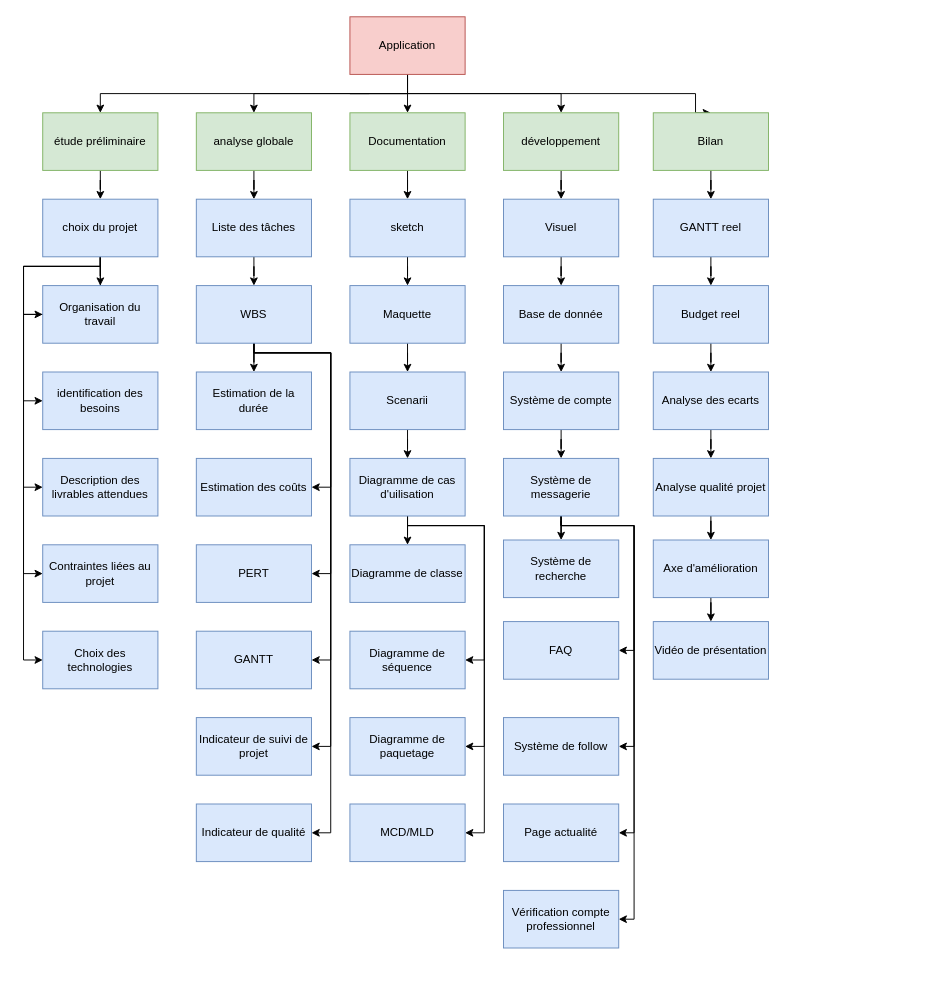
The draw.io diagram WBS.drawio in Destroyeur6315/Application-ReseauSocial, before the edit. Source tidied: cells renumbered, new cells numbered last; positions are measured from the earlier drawing's top-left corner, leaving out a move shared by most shapes. Both pictures are drawn from the tidied source at 96%, with x=0, y=0 at pixel (23, 16).
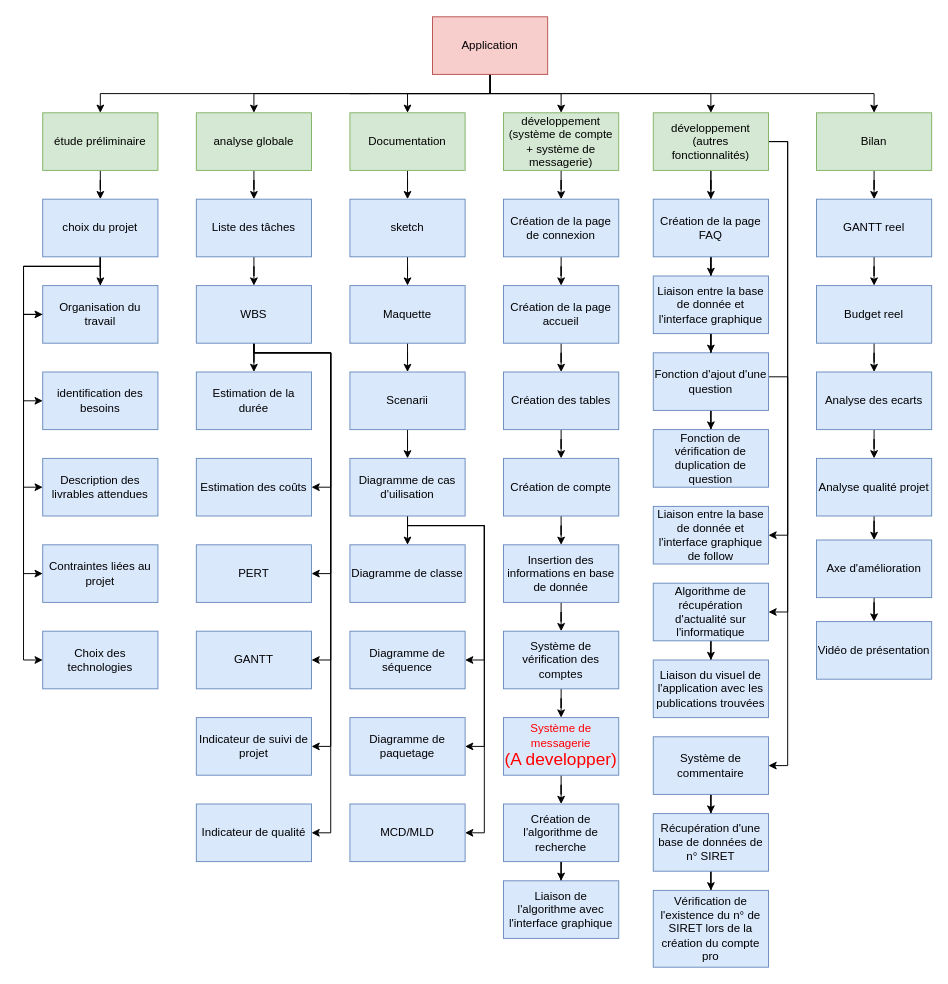
The same page after the edit.

The change refers to these unchanged cells:
```xml
<mxCell id="11" value="analyse globale" style="rounded=0;whiteSpace=wrap;html=1;fillColor=#d5e8d4;strokeColor=#82b366;" parent="1" vertex="1">
  <mxGeometry x="180" y="100" width="120" height="60" as="geometry" />
</mxCell>
```

What changed in the source:
```diff
@@
     <mxCell id="3" style="edgeStyle=orthogonalEdgeStyle;rounded=0;jettySize=auto;html=1;entryX=0.5;entryY=0;entryDx=0;entryDy=0;" parent="1" edge="1" source="7" target="11">
       <mxGeometry relative="1" as="geometry">
         <Array as="points">
-          <mxPoint x="400" y="80" />
+          <mxPoint x="486" y="80" />
           <mxPoint x="240" y="80" />
         </Array>
       </mxGeometry>
     </mxCell>
@@
     <mxCell id="5" style="edgeStyle=orthogonalEdgeStyle;rounded=0;jettySize=auto;html=1;entryX=0.5;entryY=0;entryDx=0;entryDy=0;" parent="1" edge="1" source="7" target="15">
       <mxGeometry relative="1" as="geometry">
         <Array as="points">
-          <mxPoint x="400" y="80" />
-          <mxPoint x="700" y="80" />
+          <mxPoint x="486" y="80" />
+          <mxPoint x="886" y="80" />
         </Array>
       </mxGeometry>
     </mxCell>
@@
+    <mxCell id="88" style="edgeStyle=orthogonalEdgeStyle;rounded=0;jettySize=auto;html=1;entryX=0.5;entryY=0;entryDx=0;entryDy=0;" parent="1" edge="1" source="7" target="103">
+      <mxGeometry relative="1" as="geometry">
+        <Array as="points">
+          <mxPoint x="486" y="80" />
+          <mxPoint x="716" y="80" />
+        </Array>
+      </mxGeometry>
+    </mxCell>
     <mxCell id="7" value="Application" style="rounded=0;whiteSpace=wrap;html=1;fillColor=#f8cecc;strokeColor=#b85450;" parent="1" vertex="1">
-      <mxGeometry x="340" width="120" height="60" as="geometry" />
+      <mxGeometry x="426" width="120" height="60" as="geometry" />
     </mxCell>
@@
     <mxCell id="15" value="Bilan" style="rounded=0;whiteSpace=wrap;html=1;fillColor=#d5e8d4;strokeColor=#82b366;" parent="1" vertex="1">
-      <mxGeometry x="656" y="100" width="120" height="60" as="geometry" />
+      <mxGeometry x="826" y="100" width="120" height="60" as="geometry" />
     </mxCell>
@@
-    <mxCell id="57" value="développement" style="rounded=0;whiteSpace=wrap;html=1;fillColor=#d5e8d4;strokeColor=#82b366;" parent="1" vertex="1">
+    <mxCell id="57" value="&lt;div&gt;développement&lt;/div&gt;&lt;div&gt;(système de compte + système de messagerie)&lt;/div&gt;" style="rounded=0;whiteSpace=wrap;html=1;fillColor=#d5e8d4;strokeColor=#82b366;" parent="1" vertex="1">
       <mxGeometry x="500" y="100" width="120" height="60" as="geometry" />
     </mxCell>
-    <mxCell id="58" style="edgeStyle=orthogonalEdgeStyle;rounded=0;jettySize=auto;html=1;" parent="1" edge="1" source="59" target="66">
-      <mxGeometry relative="1" as="geometry" />
-    </mxCell>
+    <mxCell id="89" style="edgeStyle=orthogonalEdgeStyle;rounded=0;jettySize=auto;html=1;" parent="1" edge="1" source="59" target="93">
+      <mxGeometry relative="1" as="geometry" />
+    </mxCell>
-    <mxCell id="59" value="Système de compte" style="rounded=0;whiteSpace=wrap;html=1;fillColor=#dae8fc;strokeColor=#6c8ebf;" parent="1" vertex="1">
-      <mxGeometry x="500" y="370" width="120" height="60" as="geometry" />
+    <mxCell id="59" value="Création de compte" style="rounded=0;whiteSpace=wrap;html=1;fillColor=#dae8fc;strokeColor=#6c8ebf;" parent="1" vertex="1">
+      <mxGeometry x="500" y="460" width="120" height="60" as="geometry" />
     </mxCell>
@@
-    <mxCell id="62" style="edgeStyle=orthogonalEdgeStyle;rounded=0;jettySize=auto;html=1;entryX=1;entryY=0.5;entryDx=0;entryDy=0;" parent="1" edge="1" source="66" target="74">
-      <mxGeometry relative="1" as="geometry">
-        <Array as="points">
-          <mxPoint x="560" y="530" />
-          <mxPoint x="636" y="530" />
-          <mxPoint x="636" y="760" />
-        </Array>
-      </mxGeometry>
-    </mxCell>
-    <mxCell id="63" style="edgeStyle=orthogonalEdgeStyle;rounded=0;jettySize=auto;html=1;entryX=1;entryY=0.5;entryDx=0;entryDy=0;" parent="1" edge="1" source="66" target="75">
-      <mxGeometry relative="1" as="geometry">
-        <Array as="points">
-          <mxPoint x="560" y="530" />
-          <mxPoint x="636" y="530" />
-          <mxPoint x="636" y="850" />
-        </Array>
-      </mxGeometry>
-    </mxCell>
-    <mxCell id="64" style="edgeStyle=orthogonalEdgeStyle;rounded=0;jettySize=auto;html=1;entryX=1;entryY=0.5;entryDx=0;entryDy=0;" parent="1" edge="1" source="66" target="76">
-      <mxGeometry relative="1" as="geometry">
-        <Array as="points">
-          <mxPoint x="560" y="530" />
-          <mxPoint x="636" y="530" />
-          <mxPoint x="636" y="940" />
-        </Array>
-      </mxGeometry>
-    </mxCell>
-    <mxCell id="65" style="edgeStyle=orthogonalEdgeStyle;rounded=0;jettySize=auto;html=1;entryX=1;entryY=0.5;entryDx=0;entryDy=0;" parent="1" edge="1" source="66" target="73">
-      <mxGeometry relative="1" as="geometry">
-        <Array as="points">
-          <mxPoint x="560" y="530" />
-          <mxPoint x="636" y="530" />
-          <mxPoint x="636" y="660" />
-        </Array>
-      </mxGeometry>
-    </mxCell>
-    <mxCell id="66" value="Système de messagerie" style="rounded=0;whiteSpace=wrap;html=1;fillColor=#dae8fc;strokeColor=#6c8ebf;" parent="1" vertex="1">
-      <mxGeometry x="500" y="460" width="120" height="60" as="geometry" />
+    <mxCell id="66" value="&lt;div&gt;&lt;font color=&quot;#FF0000&quot;&gt;Système de messagerie&lt;/font&gt;&lt;/div&gt;&lt;div style=&quot;font-size: 18px;&quot;&gt;&lt;font style=&quot;font-size: 18px;&quot; color=&quot;#FF0000&quot;&gt;(A developper)&lt;br&gt;&lt;/font&gt;&lt;/div&gt;" style="rounded=0;whiteSpace=wrap;html=1;fillColor=#dae8fc;strokeColor=#6c8ebf;" parent="1" vertex="1">
+      <mxGeometry x="500" y="730" width="120" height="60" as="geometry" />
     </mxCell>
-    <mxCell id="67" style="edgeStyle=orthogonalEdgeStyle;rounded=0;jettySize=auto;html=1;" parent="1" edge="1" source="68" target="72">
-      <mxGeometry relative="1" as="geometry" />
-    </mxCell>
+    <mxCell id="90" style="edgeStyle=orthogonalEdgeStyle;rounded=0;jettySize=auto;html=1;" parent="1" edge="1" source="68" target="97">
+      <mxGeometry relative="1" as="geometry" />
+    </mxCell>
-    <mxCell id="68" value="Visuel" style="rounded=0;whiteSpace=wrap;html=1;fillColor=#dae8fc;strokeColor=#6c8ebf;" parent="1" vertex="1">
+    <mxCell id="68" value="Création de la page de connexion" style="rounded=0;whiteSpace=wrap;html=1;fillColor=#dae8fc;strokeColor=#6c8ebf;" parent="1" vertex="1">
       <mxGeometry x="500" y="190" width="120" height="60" as="geometry" />
     </mxCell>
+    <mxCell id="91" style="edgeStyle=orthogonalEdgeStyle;rounded=0;jettySize=auto;html=1;fontSize=18;fontColor=#FF0000;" parent="1" edge="1" source="69" target="98">
+      <mxGeometry relative="1" as="geometry" />
+    </mxCell>
-    <mxCell id="69" value="Système de recherche" style="rounded=0;whiteSpace=wrap;html=1;fillColor=#dae8fc;strokeColor=#6c8ebf;" parent="1" vertex="1">
-      <mxGeometry x="500" y="545" width="120" height="60" as="geometry" />
+    <mxCell id="69" value="Création de l'algorithme de recherche" style="rounded=0;whiteSpace=wrap;html=1;fillColor=#dae8fc;strokeColor=#6c8ebf;" parent="1" vertex="1">
+      <mxGeometry x="500" y="820" width="120" height="60" as="geometry" />
     </mxCell>
@@
-    <mxCell id="71" style="edgeStyle=orthogonalEdgeStyle;rounded=0;jettySize=auto;html=1;" parent="1" edge="1" source="72" target="59">
+    <mxCell id="71" style="edgeStyle=orthogonalEdgeStyle;rounded=0;jettySize=auto;html=1;entryX=0.5;entryY=0;entryDx=0;entryDy=0;" parent="1" edge="1" source="72" target="59">
       <mxGeometry relative="1" as="geometry" />
     </mxCell>
-    <mxCell id="72" value="Base de donnée" style="rounded=0;whiteSpace=wrap;html=1;fillColor=#dae8fc;strokeColor=#6c8ebf;" parent="1" vertex="1">
-      <mxGeometry x="500" y="280" width="120" height="60" as="geometry" />
+    <mxCell id="72" value="&lt;div&gt;Création des tables&lt;/div&gt;" style="rounded=0;whiteSpace=wrap;html=1;fillColor=#dae8fc;strokeColor=#6c8ebf;" parent="1" vertex="1">
+      <mxGeometry x="500" y="370" width="120" height="60" as="geometry" />
     </mxCell>
-    <mxCell id="73" value="FAQ" style="rounded=0;whiteSpace=wrap;html=1;fillColor=#dae8fc;strokeColor=#6c8ebf;" parent="1" vertex="1">
-      <mxGeometry x="500" y="630" width="120" height="60" as="geometry" />
-    </mxCell>
-    <mxCell id="74" value="Système de follow" style="rounded=0;whiteSpace=wrap;html=1;fillColor=#dae8fc;strokeColor=#6c8ebf;" parent="1" vertex="1">
-      <mxGeometry x="500" y="730" width="120" height="60" as="geometry" />
-    </mxCell>
-    <mxCell id="75" value="Page actualité" style="rounded=0;whiteSpace=wrap;html=1;fillColor=#dae8fc;strokeColor=#6c8ebf;" parent="1" vertex="1">
-      <mxGeometry x="500" y="820" width="120" height="60" as="geometry" />
-    </mxCell>
-    <mxCell id="76" value="Vérification compte professionnel" style="rounded=0;whiteSpace=wrap;html=1;fillColor=#dae8fc;strokeColor=#6c8ebf;" parent="1" vertex="1">
-      <mxGeometry x="500" y="910" width="120" height="60" as="geometry" />
-    </mxCell>
@@
     <mxCell id="78" value="GANTT reel" style="rounded=0;whiteSpace=wrap;html=1;fillColor=#dae8fc;strokeColor=#6c8ebf;" parent="1" vertex="1">
-      <mxGeometry x="656" y="190" width="120" height="60" as="geometry" />
+      <mxGeometry x="826" y="190" width="120" height="60" as="geometry" />
     </mxCell>
@@
     <mxCell id="80" value="Budget reel" style="rounded=0;whiteSpace=wrap;html=1;fillColor=#dae8fc;strokeColor=#6c8ebf;" parent="1" vertex="1">
-      <mxGeometry x="656" y="280" width="120" height="60" as="geometry" />
+      <mxGeometry x="826" y="280" width="120" height="60" as="geometry" />
     </mxCell>
@@
     <mxCell id="82" value="Analyse des ecarts" style="rounded=0;whiteSpace=wrap;html=1;fillColor=#dae8fc;strokeColor=#6c8ebf;" parent="1" vertex="1">
-      <mxGeometry x="656" y="370" width="120" height="60" as="geometry" />
+      <mxGeometry x="826" y="370" width="120" height="60" as="geometry" />
     </mxCell>
@@
     <mxCell id="84" value="Analyse qualité projet" style="rounded=0;whiteSpace=wrap;html=1;fillColor=#dae8fc;strokeColor=#6c8ebf;" parent="1" vertex="1">
-      <mxGeometry x="656" y="460" width="120" height="60" as="geometry" />
+      <mxGeometry x="826" y="460" width="120" height="60" as="geometry" />
     </mxCell>
     <mxCell id="85" value="Vidéo de présentation" style="rounded=0;whiteSpace=wrap;html=1;fillColor=#dae8fc;strokeColor=#6c8ebf;" parent="1" vertex="1">
-      <mxGeometry x="656" y="630" width="120" height="60" as="geometry" />
+      <mxGeometry x="826" y="630" width="120" height="60" as="geometry" />
     </mxCell>
@@
     <mxCell id="87" value="Axe d'amélioration" style="rounded=0;whiteSpace=wrap;html=1;fillColor=#dae8fc;strokeColor=#6c8ebf;" parent="1" vertex="1">
-      <mxGeometry x="656" y="545" width="120" height="60" as="geometry" />
+      <mxGeometry x="826" y="545" width="120" height="60" as="geometry" />
     </mxCell>
+    <mxCell id="92" style="edgeStyle=orthogonalEdgeStyle;rounded=0;jettySize=auto;html=1;entryX=0.5;entryY=0;entryDx=0;entryDy=0;" parent="1" edge="1" source="93" target="95">
+      <mxGeometry relative="1" as="geometry" />
+    </mxCell>
+    <mxCell id="93" value="Insertion des informations en base de donnée" style="rounded=0;whiteSpace=wrap;html=1;fillColor=#dae8fc;strokeColor=#6c8ebf;" parent="1" vertex="1">
+      <mxGeometry x="500" y="550" width="120" height="60" as="geometry" />
+    </mxCell>
+    <mxCell id="94" style="edgeStyle=orthogonalEdgeStyle;rounded=0;jettySize=auto;html=1;entryX=0.5;entryY=0;entryDx=0;entryDy=0;fontSize=18;fontColor=#FF0000;" parent="1" edge="1" source="95" target="66">
+      <mxGeometry relative="1" as="geometry" />
+    </mxCell>
+    <mxCell id="95" value="Système de vérification des comptes" style="rounded=0;whiteSpace=wrap;html=1;fillColor=#dae8fc;strokeColor=#6c8ebf;" parent="1" vertex="1">
+      <mxGeometry x="500" y="640" width="120" height="60" as="geometry" />
+    </mxCell>
+    <mxCell id="96" style="edgeStyle=orthogonalEdgeStyle;rounded=0;jettySize=auto;html=1;entryX=0.5;entryY=0;entryDx=0;entryDy=0;" parent="1" edge="1" source="97" target="72">
+      <mxGeometry relative="1" as="geometry" />
+    </mxCell>
+    <mxCell id="97" value="Création de la page accueil " style="rounded=0;whiteSpace=wrap;html=1;fillColor=#dae8fc;strokeColor=#6c8ebf;" parent="1" vertex="1">
+      <mxGeometry x="500" y="280" width="120" height="60" as="geometry" />
+    </mxCell>
+    <mxCell id="98" value="Liaison de l'algorithme avec l'interface graphique" style="rounded=0;whiteSpace=wrap;html=1;fillColor=#dae8fc;strokeColor=#6c8ebf;" parent="1" vertex="1">
+      <mxGeometry x="500" y="900" width="120" height="60" as="geometry" />
+    </mxCell>
+    <mxCell id="99" style="edgeStyle=orthogonalEdgeStyle;rounded=0;jettySize=auto;html=1;entryX=0.5;entryY=0;entryDx=0;entryDy=0;" parent="1" edge="1" source="103" target="105">
+      <mxGeometry relative="1" as="geometry" />
+    </mxCell>
+    <mxCell id="100" style="edgeStyle=orthogonalEdgeStyle;rounded=0;jettySize=auto;html=1;entryX=1;entryY=0.5;entryDx=0;entryDy=0;" parent="1" edge="1" source="103" target="111">
+      <mxGeometry relative="1" as="geometry">
+        <Array as="points">
+          <mxPoint x="796" y="130" />
+          <mxPoint x="796" y="540" />
+        </Array>
+      </mxGeometry>
+    </mxCell>
+    <mxCell id="101" style="edgeStyle=orthogonalEdgeStyle;rounded=0;jettySize=auto;html=1;entryX=1;entryY=0.5;entryDx=0;entryDy=0;" parent="1" edge="1" source="103" target="113">
+      <mxGeometry relative="1" as="geometry" />
+    </mxCell>
+    <mxCell id="102" style="edgeStyle=orthogonalEdgeStyle;rounded=0;jettySize=auto;html=1;entryX=1;entryY=0.5;entryDx=0;entryDy=0;" parent="1" edge="1" source="103" target="116">
+      <mxGeometry relative="1" as="geometry">
+        <Array as="points">
+          <mxPoint x="796" y="130" />
+          <mxPoint x="796" y="780" />
+        </Array>
+      </mxGeometry>
+    </mxCell>
+    <mxCell id="103" value="&lt;div&gt;développement&lt;/div&gt;&lt;div&gt;(autres fonctionnalités)&lt;br&gt;&lt;/div&gt;" style="rounded=0;whiteSpace=wrap;html=1;fillColor=#d5e8d4;strokeColor=#82b366;" parent="1" vertex="1">
+      <mxGeometry x="656" y="100" width="120" height="60" as="geometry" />
+    </mxCell>
+    <mxCell id="104" style="edgeStyle=orthogonalEdgeStyle;rounded=0;jettySize=auto;html=1;fontSize=18;fontColor=#FF0000;" parent="1" edge="1" source="105" target="109">
+      <mxGeometry relative="1" as="geometry" />
+    </mxCell>
+    <mxCell id="105" value="Création de la page FAQ" style="rounded=0;whiteSpace=wrap;html=1;fillColor=#dae8fc;strokeColor=#6c8ebf;" parent="1" vertex="1">
+      <mxGeometry x="656" y="190" width="120" height="60" as="geometry" />
+    </mxCell>
+    <mxCell id="106" style="edgeStyle=orthogonalEdgeStyle;rounded=0;jettySize=auto;html=1;fontSize=18;fontColor=#FF0000;" parent="1" edge="1" source="107" target="110">
+      <mxGeometry relative="1" as="geometry" />
+    </mxCell>
+    <mxCell id="107" value="Fonction d'ajout d'une question" style="rounded=0;whiteSpace=wrap;html=1;fillColor=#dae8fc;strokeColor=#6c8ebf;" parent="1" vertex="1">
+      <mxGeometry x="656" y="350" width="120" height="60" as="geometry" />
+    </mxCell>
+    <mxCell id="108" style="edgeStyle=orthogonalEdgeStyle;rounded=0;jettySize=auto;html=1;fontSize=18;fontColor=#FF0000;" parent="1" edge="1" source="109" target="107">
+      <mxGeometry relative="1" as="geometry" />
+    </mxCell>
+    <mxCell id="109" value="Liaison entre la base de donnée et l'interface graphique" style="rounded=0;whiteSpace=wrap;html=1;fillColor=#dae8fc;strokeColor=#6c8ebf;" parent="1" vertex="1">
+      <mxGeometry x="656" y="270" width="120" height="60" as="geometry" />
+    </mxCell>
+    <mxCell id="110" value="Fonction de vérification de duplication de question" style="rounded=0;whiteSpace=wrap;html=1;fillColor=#dae8fc;strokeColor=#6c8ebf;" parent="1" vertex="1">
+      <mxGeometry x="656" y="430" width="120" height="60" as="geometry" />
+    </mxCell>
+    <mxCell id="111" value="Liaison entre la base de donnée et l'interface graphique de follow" style="rounded=0;whiteSpace=wrap;html=1;fillColor=#dae8fc;strokeColor=#6c8ebf;" parent="1" vertex="1">
+      <mxGeometry x="656" y="510" width="120" height="60" as="geometry" />
+    </mxCell>
+    <mxCell id="112" style="edgeStyle=orthogonalEdgeStyle;rounded=0;jettySize=auto;html=1;fontSize=18;fontColor=#FF0000;" parent="1" edge="1" source="113" target="114">
+      <mxGeometry relative="1" as="geometry" />
+    </mxCell>
+    <mxCell id="113" value="Algorithme de récupération d'actualité sur l'informatique" style="rounded=0;whiteSpace=wrap;html=1;fillColor=#dae8fc;strokeColor=#6c8ebf;" parent="1" vertex="1">
+      <mxGeometry x="656" y="590" width="120" height="60" as="geometry" />
+    </mxCell>
+    <mxCell id="114" value="Liaison du visuel de l'application avec les publications trouvées" style="rounded=0;whiteSpace=wrap;html=1;fillColor=#dae8fc;strokeColor=#6c8ebf;" parent="1" vertex="1">
+      <mxGeometry x="656" y="670" width="120" height="60" as="geometry" />
+    </mxCell>
+    <mxCell id="115" style="edgeStyle=orthogonalEdgeStyle;rounded=0;jettySize=auto;html=1;entryX=0.5;entryY=0;entryDx=0;entryDy=0;fontSize=18;fontColor=#FF0000;" parent="1" edge="1" source="116" target="118">
+      <mxGeometry relative="1" as="geometry" />
+    </mxCell>
+    <mxCell id="116" value="Système de commentaire" style="rounded=0;whiteSpace=wrap;html=1;fillColor=#dae8fc;strokeColor=#6c8ebf;" parent="1" vertex="1">
+      <mxGeometry x="656" y="750" width="120" height="60" as="geometry" />
+    </mxCell>
+    <mxCell id="117" style="edgeStyle=orthogonalEdgeStyle;rounded=0;jettySize=auto;html=1;fontSize=18;fontColor=#FF0000;" parent="1" edge="1" source="118" target="119">
+      <mxGeometry relative="1" as="geometry" />
+    </mxCell>
+    <mxCell id="118" value="Récupération d'une base de données de n° SIRET" style="rounded=0;whiteSpace=wrap;html=1;fillColor=#dae8fc;strokeColor=#6c8ebf;" parent="1" vertex="1">
+      <mxGeometry x="656" y="830" width="120" height="60" as="geometry" />
+    </mxCell>
+    <mxCell id="119" value="Vérification de l'existence du n° de SIRET lors de la création du compte pro" style="rounded=0;whiteSpace=wrap;html=1;fillColor=#dae8fc;strokeColor=#6c8ebf;" parent="1" vertex="1">
+      <mxGeometry x="656" y="910" width="120" height="80" as="geometry" />
+    </mxCell>
```
